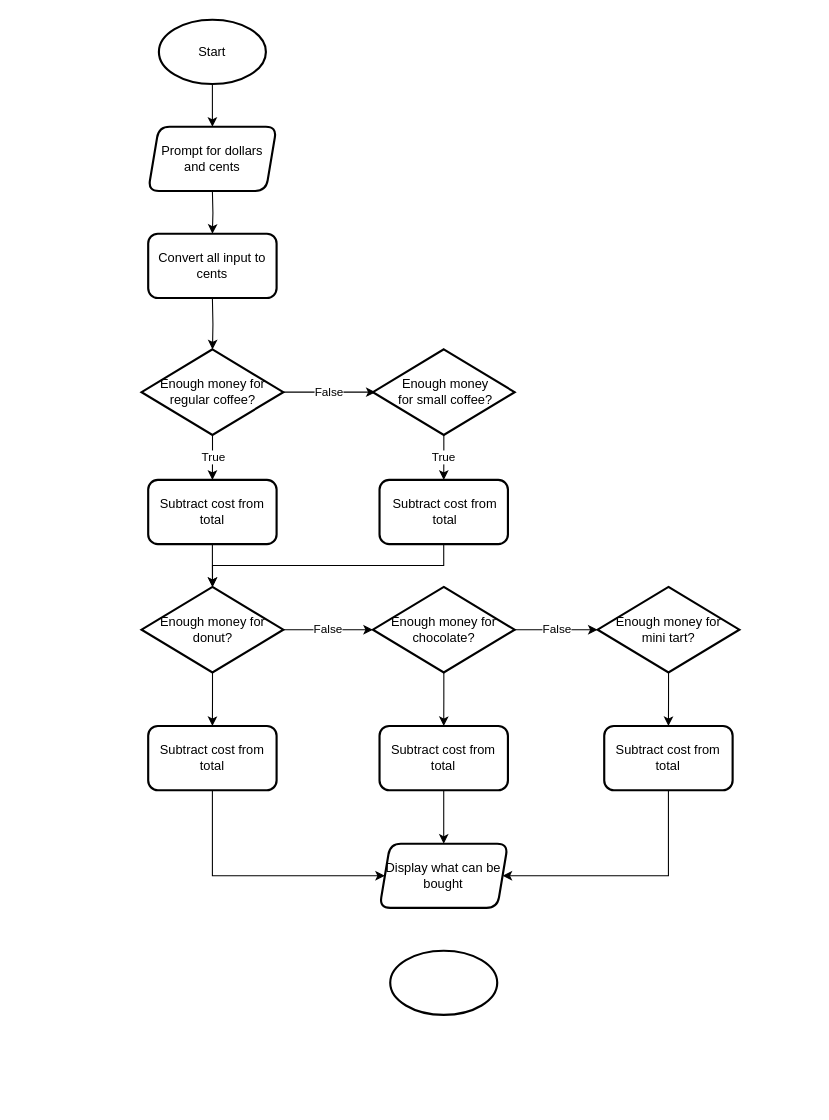
Above: Untitled Diagram.drawio in aryanGajelli/Computer_Science (draw.io), before the change. Source tidied: cells renumbered, new cells numbered last; positions are measured from the earlier drawing's top-left corner, leaving out a move shared by most shapes. Both pictures are drawn from the tidied source at 107%, with x=0, y=0 at pixel (141, 19).
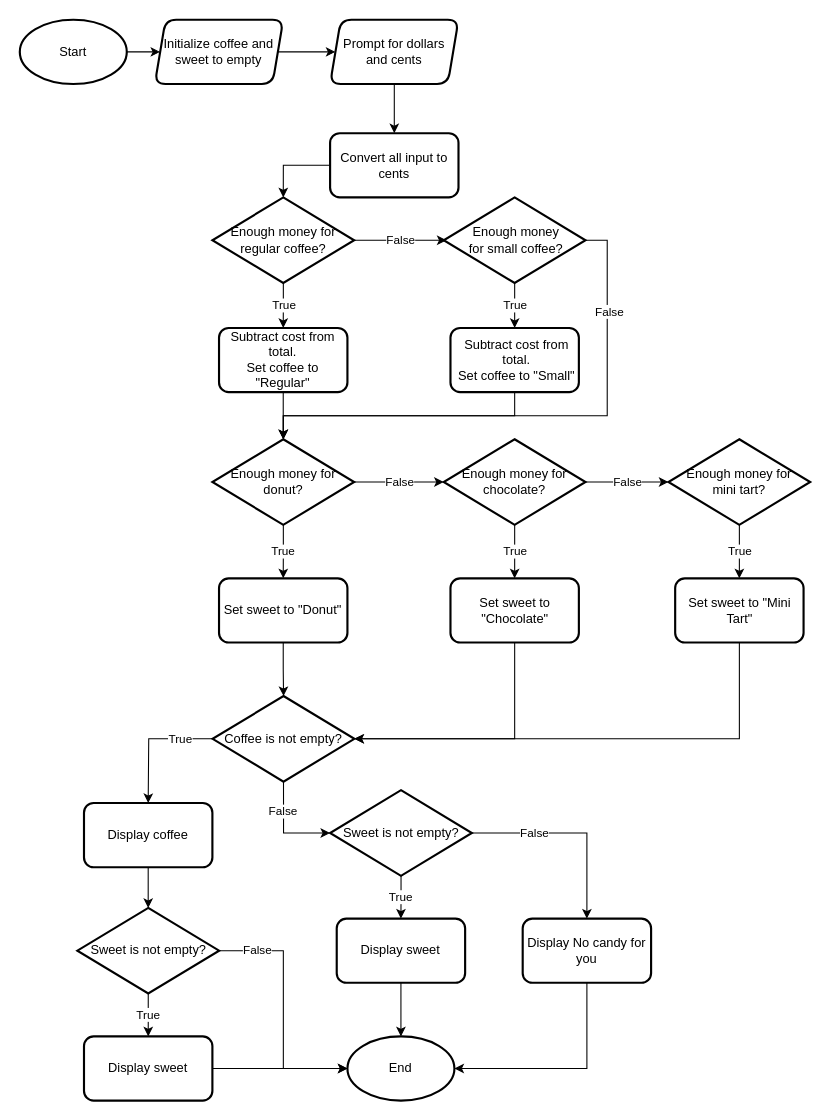
The same diagram, later.

Change to the diagram source:
```diff
@@
-    <mxCell id="2" style="edgeStyle=orthogonalEdgeStyle;rounded=0;jettySize=auto;html=1;" parent="1" edge="1" source="3">
-      <mxGeometry relative="1" as="geometry">
-        <mxPoint x="66" y="100" as="targetPoint" />
-      </mxGeometry>
-    </mxCell>
+    <mxCell id="33" style="edgeStyle=orthogonalEdgeStyle;rounded=0;jettySize=auto;html=1;" parent="1" edge="1" source="3" target="40">
+      <mxGeometry relative="1" as="geometry" />
+    </mxCell>
     <mxCell id="3" value="Start" style="strokeWidth=2;html=1;shape=mxgraph.flowchart.start_1;whiteSpace=wrap;" parent="1" vertex="1">
-      <mxGeometry x="16" width="100" height="60" as="geometry" />
+      <mxGeometry x="-114" width="100" height="60" as="geometry" />
     </mxCell>
-    <mxCell id="4" style="edgeStyle=orthogonalEdgeStyle;rounded=0;orthogonalLoop=1;jettySize=auto;html=1;" parent="1" edge="1">
-      <mxGeometry relative="1" as="geometry">
-        <mxPoint x="66" y="160" as="sourcePoint" />
-        <mxPoint x="66" y="200" as="targetPoint" />
-      </mxGeometry>
-    </mxCell>
-    <mxCell id="5" style="edgeStyle=orthogonalEdgeStyle;rounded=0;jettySize=auto;html=1;" parent="1" edge="1" target="8">
-      <mxGeometry relative="1" as="geometry">
-        <mxPoint x="66" y="260" as="sourcePoint" />
-      </mxGeometry>
-    </mxCell>
     <mxCell id="6" value="True" style="edgeStyle=orthogonalEdgeStyle;rounded=0;jettySize=auto;html=1;" parent="1" edge="1" source="8">
       <mxGeometry relative="1" as="geometry">
-        <mxPoint x="66" y="430" as="targetPoint" />
+        <mxPoint x="132.2" y="288" as="targetPoint" />
       </mxGeometry>
     </mxCell>
     <mxCell id="7" value="False" style="edgeStyle=orthogonalEdgeStyle;rounded=0;jettySize=auto;html=1;" parent="1" edge="1" source="8">
       <mxGeometry relative="1" as="geometry">
-        <mxPoint x="218.5" y="348" as="targetPoint" />
+        <mxPoint x="284.8" y="206" as="targetPoint" />
       </mxGeometry>
     </mxCell>
     <mxCell id="8" value="&lt;p style=&quot;line-height: 120%&quot;&gt;Enough money for regular coffee?&lt;/p&gt;" style="rhombus;whiteSpace=wrap;html=1;spacingLeft=4;spacingRight=4;strokeWidth=2;rounded=0;" parent="1" vertex="1">
-      <mxGeometry x="-0.2" y="308" width="132.5" height="80" as="geometry" />
+      <mxGeometry x="66" y="166" width="132.5" height="80" as="geometry" />
     </mxCell>
@@
+    <mxCell id="34" style="edgeStyle=orthogonalEdgeStyle;rounded=0;jettySize=auto;html=1;exitX=1;exitY=0.5;exitDx=0;exitDy=0;entryX=0.5;entryY=0;entryDx=0;entryDy=0;" parent="1" edge="1" source="10" target="18">
+      <mxGeometry relative="1" as="geometry">
+        <Array as="points">
+          <mxPoint x="435" y="206" />
+          <mxPoint x="435" y="370" />
+          <mxPoint x="132" y="370" />
+        </Array>
+      </mxGeometry>
+    </mxCell>
+    <mxCell id="35" value="False" style="edgeLabel;html=1;align=center;verticalAlign=middle;" parent="34" vertex="1">
+      <mxGeometry x="-0.66" y="1" relative="1" as="geometry" />
+    </mxCell>
     <mxCell id="10" value="Enough money for small coffee?" style="rhombus;whiteSpace=wrap;html=1;spacingTop=0;spacingLeft=3;strokeWidth=2;rounded=0;" parent="1" vertex="1">
-      <mxGeometry x="216" y="308" width="132.5" height="80" as="geometry" />
+      <mxGeometry x="282.2" y="166" width="132.5" height="80" as="geometry" />
     </mxCell>
@@
-    <mxCell id="12" value="&lt;span&gt;Subtract cost from total&lt;/span&gt;" style="whiteSpace=wrap;html=1;spacingTop=0;spacingLeft=3;strokeWidth=2;rounded=1;" parent="1" vertex="1">
-      <mxGeometry x="222.2" y="430" width="120" height="60" as="geometry" />
+    <mxCell id="12" value="&lt;span&gt;Subtract cost from total.&lt;br&gt;Set coffee to &quot;Small&quot;&lt;br&gt;&lt;/span&gt;" style="whiteSpace=wrap;html=1;spacingTop=0;spacingLeft=3;strokeWidth=2;rounded=1;" parent="1" vertex="1">
+      <mxGeometry x="288.5" y="288" width="120" height="60" as="geometry" />
     </mxCell>
@@
-    <mxCell id="14" value="Subtract cost from total" style="whiteSpace=wrap;html=1;strokeWidth=2;rounded=1;" parent="1" vertex="1">
-      <mxGeometry x="6" y="430" width="120" height="60" as="geometry" />
+    <mxCell id="14" value="Subtract cost from total.&lt;br&gt;Set coffee to &quot;Regular&quot;" style="whiteSpace=wrap;html=1;strokeWidth=2;rounded=1;" parent="1" vertex="1">
+      <mxGeometry x="72.2" y="288" width="120" height="60" as="geometry" />
     </mxCell>
+    <mxCell id="36" style="edgeStyle=orthogonalEdgeStyle;rounded=0;jettySize=auto;html=1;exitX=0;exitY=0.5;exitDx=0;exitDy=0;entryX=0.5;entryY=0;entryDx=0;entryDy=0;" parent="1" edge="1" source="15" target="8">
+      <mxGeometry relative="1" as="geometry" />
+    </mxCell>
     <mxCell id="15" value="Convert all input to cents" style="whiteSpace=wrap;html=1;strokeWidth=2;rounded=1;" parent="1" vertex="1">
-      <mxGeometry x="6" y="200" width="120" height="60" as="geometry" />
+      <mxGeometry x="176" y="106" width="120" height="60" as="geometry" />
     </mxCell>
@@
-    <mxCell id="17" style="edgeStyle=orthogonalEdgeStyle;rounded=0;jettySize=auto;html=1;" parent="1" edge="1" source="18" target="24">
+    <mxCell id="17" value="True" style="edgeStyle=orthogonalEdgeStyle;rounded=0;jettySize=auto;html=1;" parent="1" edge="1" source="18" target="24">
       <mxGeometry relative="1" as="geometry" />
     </mxCell>
     <mxCell id="18" value="&lt;p style=&quot;line-height: 120%&quot;&gt;Enough money for donut?&lt;/p&gt;" style="rhombus;whiteSpace=wrap;html=1;spacingLeft=4;spacingRight=4;strokeWidth=2;rounded=0;" parent="1" vertex="1">
-      <mxGeometry x="-0.2" y="530" width="132.5" height="80" as="geometry" />
+      <mxGeometry x="66" y="392" width="132.5" height="80" as="geometry" />
     </mxCell>
@@
-    <mxCell id="20" style="edgeStyle=orthogonalEdgeStyle;rounded=0;jettySize=auto;html=1;" parent="1" edge="1" source="21" target="26">
+    <mxCell id="20" value="True" style="edgeStyle=orthogonalEdgeStyle;rounded=0;jettySize=auto;html=1;" parent="1" edge="1" source="21" target="26">
       <mxGeometry relative="1" as="geometry" />
     </mxCell>
     <mxCell id="21" value="&lt;p style=&quot;line-height: 120%&quot;&gt;Enough money for chocolate?&lt;/p&gt;" style="rhombus;whiteSpace=wrap;html=1;spacingLeft=4;spacingRight=4;strokeWidth=2;rounded=0;" parent="1" vertex="1">
-      <mxGeometry x="216" y="530" width="132.5" height="80" as="geometry" />
+      <mxGeometry x="282.2" y="392" width="132.5" height="80" as="geometry" />
     </mxCell>
-    <mxCell id="22" style="edgeStyle=orthogonalEdgeStyle;rounded=0;jettySize=auto;html=1;" parent="1" edge="1" source="23" target="28">
+    <mxCell id="22" value="True" style="edgeStyle=orthogonalEdgeStyle;rounded=0;jettySize=auto;html=1;" parent="1" edge="1" source="23" target="28">
       <mxGeometry relative="1" as="geometry" />
     </mxCell>
     <mxCell id="23" value="&lt;p style=&quot;line-height: 120%&quot;&gt;Enough money for mini tart?&lt;/p&gt;" style="rhombus;whiteSpace=wrap;html=1;spacingLeft=4;spacingRight=4;strokeWidth=2;rounded=0;" parent="1" vertex="1">
-      <mxGeometry x="426" y="530" width="132.5" height="80" as="geometry" />
+      <mxGeometry x="492.2" y="392" width="132.5" height="80" as="geometry" />
     </mxCell>
+    <mxCell id="37" style="edgeStyle=orthogonalEdgeStyle;rounded=0;jettySize=auto;html=1;" parent="1" edge="1" source="24" target="43">
+      <mxGeometry relative="1" as="geometry" />
+    </mxCell>
-    <mxCell id="24" value="Subtract cost from total" style="whiteSpace=wrap;html=1;strokeWidth=2;rounded=1;" parent="1" vertex="1">
-      <mxGeometry x="6" y="660" width="120" height="60" as="geometry" />
+    <mxCell id="24" value="Set sweet to &quot;Donut&quot;" style="whiteSpace=wrap;html=1;strokeWidth=2;rounded=1;" parent="1" vertex="1">
+      <mxGeometry x="72.2" y="522" width="120" height="60" as="geometry" />
     </mxCell>
-    <mxCell id="25" style="edgeStyle=orthogonalEdgeStyle;rounded=0;jettySize=auto;html=1;exitX=0.5;exitY=1;exitDx=0;exitDy=0;entryX=0.5;entryY=0;entryDx=0;entryDy=0;" parent="1" edge="1" source="26" target="31">
+    <mxCell id="25" style="edgeStyle=orthogonalEdgeStyle;rounded=0;jettySize=auto;html=1;exitX=0.5;exitY=1;exitDx=0;exitDy=0;entryX=1;entryY=0.5;entryDx=0;entryDy=0;" parent="1" edge="1" source="26" target="43">
       <mxGeometry relative="1" as="geometry" />
     </mxCell>
-    <mxCell id="26" value="Subtract cost from total" style="whiteSpace=wrap;html=1;strokeWidth=2;rounded=1;" parent="1" vertex="1">
-      <mxGeometry x="222.2" y="660" width="120" height="60" as="geometry" />
+    <mxCell id="26" value="Set sweet to &quot;Chocolate&quot;" style="whiteSpace=wrap;html=1;strokeWidth=2;rounded=1;" parent="1" vertex="1">
+      <mxGeometry x="288.5" y="522" width="120" height="60" as="geometry" />
     </mxCell>
-    <mxCell id="27" style="edgeStyle=orthogonalEdgeStyle;rounded=0;jettySize=auto;html=1;exitX=0.5;exitY=1;exitDx=0;exitDy=0;entryX=1;entryY=0.5;entryDx=0;entryDy=0;" parent="1" edge="1" source="28" target="31">
+    <mxCell id="27" style="edgeStyle=orthogonalEdgeStyle;rounded=0;jettySize=auto;html=1;exitX=0.5;exitY=1;exitDx=0;exitDy=0;entryX=1;entryY=0.5;entryDx=0;entryDy=0;" parent="1" edge="1" source="28" target="43">
       <mxGeometry relative="1" as="geometry">
         <Array as="points">
-          <mxPoint x="492" y="800" />
+          <mxPoint x="558.2" y="672" />
         </Array>
       </mxGeometry>
     </mxCell>
-    <mxCell id="28" value="Subtract cost from total" style="whiteSpace=wrap;html=1;strokeWidth=2;rounded=1;" parent="1" vertex="1">
-      <mxGeometry x="432.2" y="660" width="120" height="60" as="geometry" />
+    <mxCell id="28" value="Set sweet to &quot;Mini Tart&quot;" style="whiteSpace=wrap;html=1;strokeWidth=2;rounded=1;" parent="1" vertex="1">
+      <mxGeometry x="498.5" y="522" width="120" height="60" as="geometry" />
     </mxCell>
-    <mxCell id="29" style="strokeWidth=2;html=1;shape=mxgraph.flowchart.start_1;whiteSpace=wrap;rounded=0;shadow=0;" parent="1" vertex="1">
-      <mxGeometry x="232.2" y="870" width="100" height="60" as="geometry" />
-    </mxCell>
+    <mxCell id="38" style="edgeStyle=orthogonalEdgeStyle;rounded=0;jettySize=auto;html=1;" parent="1" edge="1" source="30" target="15">
+      <mxGeometry relative="1" as="geometry" />
+    </mxCell>
     <mxCell id="30" value="Prompt for dollars and cents" style="shape=parallelogram;perimeter=parallelogramPerimeter;whiteSpace=wrap;html=1;fixedSize=1;size=10;rounded=1;shadow=0;strokeWidth=2;" parent="1" vertex="1">
-      <mxGeometry x="6" y="100" width="120" height="60" as="geometry" />
+      <mxGeometry x="176" width="120" height="60" as="geometry" />
     </mxCell>
-    <mxCell id="31" value="Display what can be bought" style="shape=parallelogram;perimeter=parallelogramPerimeter;whiteSpace=wrap;html=1;fixedSize=1;size=10;rounded=1;shadow=0;strokeWidth=2;" parent="1" vertex="1">
-      <mxGeometry x="222.2" y="770" width="120" height="60" as="geometry" />
-    </mxCell>
-    <mxCell id="32" style="edgeStyle=orthogonalEdgeStyle;rounded=0;orthogonalLoop=1;jettySize=auto;html=1;exitX=0.5;exitY=1;exitDx=0;exitDy=0;entryX=0;entryY=0.5;entryDx=0;entryDy=0;" parent="1" edge="1">
-      <mxGeometry relative="1" as="geometry">
-        <mxPoint x="66" y="720" as="sourcePoint" />
-        <mxPoint x="227.2" y="800" as="targetPoint" />
-        <Array as="points">
-          <mxPoint x="66" y="800" />
-        </Array>
-      </mxGeometry>
-    </mxCell>
+    <mxCell id="39" style="edgeStyle=orthogonalEdgeStyle;rounded=0;jettySize=auto;html=1;" parent="1" edge="1" source="40" target="30">
+      <mxGeometry relative="1" as="geometry" />
+    </mxCell>
+    <mxCell id="40" value="Initialize coffee and sweet to empty" style="shape=parallelogram;perimeter=parallelogramPerimeter;whiteSpace=wrap;html=1;fixedSize=1;size=10;rounded=1;shadow=0;strokeWidth=2;" parent="1" vertex="1">
+      <mxGeometry x="12.2" width="120" height="60" as="geometry" />
+    </mxCell>
+    <mxCell id="41" value="True" style="edgeStyle=orthogonalEdgeStyle;rounded=0;jettySize=auto;html=1;exitX=0;exitY=0.5;exitDx=0;exitDy=0;" parent="1" edge="1" source="43">
+      <mxGeometry x="-0.5" relative="1" as="geometry">
+        <mxPoint x="6" y="732" as="targetPoint" />
+      </mxGeometry>
+    </mxCell>
+    <mxCell id="42" value="False" style="edgeStyle=orthogonalEdgeStyle;rounded=0;jettySize=auto;html=1;exitX=0.5;exitY=1;exitDx=0;exitDy=0;entryX=0;entryY=0.5;entryDx=0;entryDy=0;" parent="1" edge="1" source="43" target="53">
+      <mxGeometry x="-0.39" relative="1" as="geometry" />
+    </mxCell>
+    <mxCell id="43" value="&lt;p style=&quot;line-height: 120%&quot;&gt;Coffee is not empty?&lt;/p&gt;" style="rhombus;whiteSpace=wrap;html=1;spacingLeft=4;spacingRight=4;strokeWidth=2;rounded=0;" parent="1" vertex="1">
+      <mxGeometry x="66.2" y="632" width="132.5" height="80" as="geometry" />
+    </mxCell>
+    <mxCell id="44" value="False" style="edgeStyle=orthogonalEdgeStyle;rounded=0;jettySize=auto;html=1;exitX=1;exitY=0.5;exitDx=0;exitDy=0;entryX=0;entryY=0.5;entryDx=0;entryDy=0;entryPerimeter=0;" parent="1" edge="1" source="45" target="58">
+      <mxGeometry x="-0.69" relative="1" as="geometry" />
+    </mxCell>
+    <mxCell id="45" value="&lt;p style=&quot;line-height: 120%&quot;&gt;Sweet is not empty?&lt;/p&gt;" style="rhombus;whiteSpace=wrap;html=1;spacingLeft=4;spacingRight=4;strokeWidth=2;rounded=0;" parent="1" vertex="1">
+      <mxGeometry x="-60.2" y="830" width="132.5" height="80" as="geometry" />
+    </mxCell>
+    <mxCell id="46" style="edgeStyle=orthogonalEdgeStyle;rounded=0;jettySize=auto;html=1;exitX=1;exitY=0.5;exitDx=0;exitDy=0;" parent="1" edge="1" source="47" target="58">
+      <mxGeometry relative="1" as="geometry" />
+    </mxCell>
+    <mxCell id="47" value="Display sweet" style="whiteSpace=wrap;html=1;strokeWidth=2;rounded=1;" parent="1" vertex="1">
+      <mxGeometry x="-54" y="950.1" width="120" height="60" as="geometry" />
+    </mxCell>
+    <mxCell id="48" value="True" style="edgeStyle=orthogonalEdgeStyle;rounded=0;jettySize=auto;html=1;exitX=0.5;exitY=1;exitDx=0;exitDy=0;" parent="1" edge="1" source="45" target="47">
+      <mxGeometry relative="1" as="geometry" />
+    </mxCell>
+    <mxCell id="49" style="edgeStyle=orthogonalEdgeStyle;rounded=0;jettySize=auto;html=1;" parent="1" edge="1" source="50" target="45">
+      <mxGeometry relative="1" as="geometry" />
+    </mxCell>
+    <mxCell id="50" value="Display coffee" style="whiteSpace=wrap;html=1;strokeWidth=2;rounded=1;" parent="1" vertex="1">
+      <mxGeometry x="-54" y="732" width="120" height="60" as="geometry" />
+    </mxCell>
+    <mxCell id="51" value="True" style="edgeStyle=orthogonalEdgeStyle;rounded=0;jettySize=auto;html=1;" parent="1" edge="1" source="53" target="55">
+      <mxGeometry relative="1" as="geometry" />
+    </mxCell>
+    <mxCell id="52" value="False" style="edgeStyle=orthogonalEdgeStyle;rounded=0;jettySize=auto;html=1;" parent="1" edge="1" source="53" target="57">
+      <mxGeometry x="-0.39" relative="1" as="geometry">
+        <mxPoint x="1" as="offset" />
+      </mxGeometry>
+    </mxCell>
+    <mxCell id="53" value="&lt;p style=&quot;line-height: 120%&quot;&gt;Sweet is not empty?&lt;/p&gt;" style="rhombus;whiteSpace=wrap;html=1;spacingLeft=4;spacingRight=4;strokeWidth=2;rounded=0;" parent="1" vertex="1">
+      <mxGeometry x="176" y="720" width="132.5" height="80" as="geometry" />
+    </mxCell>
+    <mxCell id="54" style="edgeStyle=orthogonalEdgeStyle;rounded=0;jettySize=auto;html=1;" parent="1" edge="1" source="55" target="58">
+      <mxGeometry relative="1" as="geometry" />
+    </mxCell>
+    <mxCell id="55" value="Display sweet" style="whiteSpace=wrap;html=1;strokeWidth=2;rounded=1;" parent="1" vertex="1">
+      <mxGeometry x="182.2" y="840" width="120" height="60" as="geometry" />
+    </mxCell>
+    <mxCell id="56" style="edgeStyle=orthogonalEdgeStyle;rounded=0;jettySize=auto;html=1;exitX=0.5;exitY=1;exitDx=0;exitDy=0;entryX=1;entryY=0.5;entryDx=0;entryDy=0;entryPerimeter=0;" parent="1" edge="1" source="57" target="58">
+      <mxGeometry relative="1" as="geometry" />
+    </mxCell>
+    <mxCell id="57" value="Display No candy for you" style="whiteSpace=wrap;html=1;strokeWidth=2;rounded=1;" parent="1" vertex="1">
+      <mxGeometry x="356" y="840" width="120" height="60" as="geometry" />
+    </mxCell>
+    <mxCell id="58" value="End" style="strokeWidth=2;html=1;shape=mxgraph.flowchart.start_1;whiteSpace=wrap;" parent="1" vertex="1">
+      <mxGeometry x="192.2" y="950.1" width="100" height="60" as="geometry" />
+    </mxCell>
```
